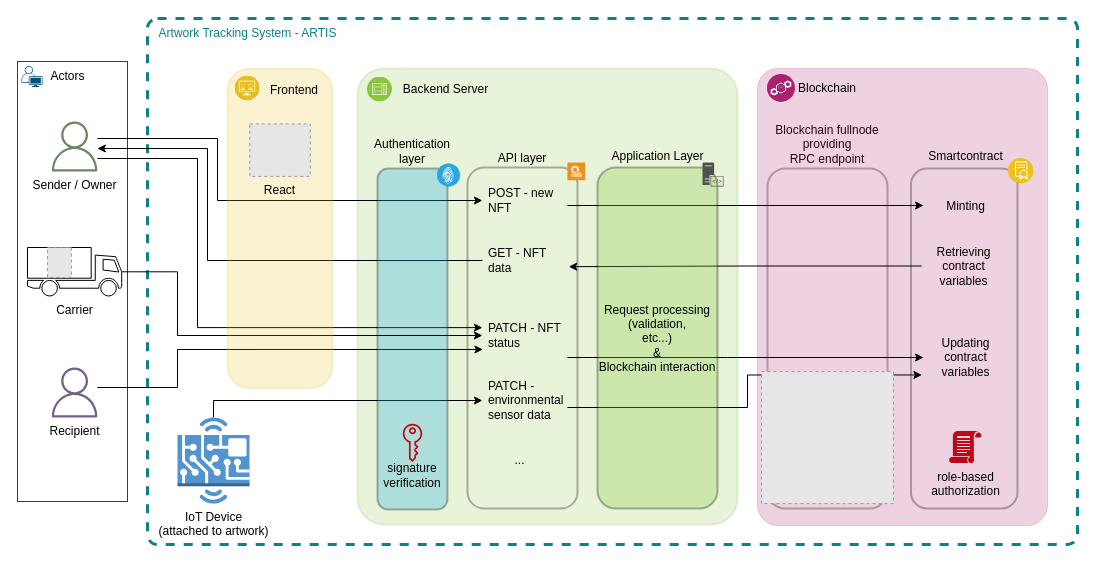
This is diagrams/Architecture.drawio from artis-project/artis-thesis, a draw.io file, before an edit. Source tidied: cells renumbered, new cells numbered last; positions are measured from the earlier drawing's top-left corner, leaving out a move shared by most shapes. Both pictures are drawn from the tidied source at 100%, with x=0, y=0 at pixel (17, 18). Pictures stored in the file or linked from it are replaced by grey dashed boxes.
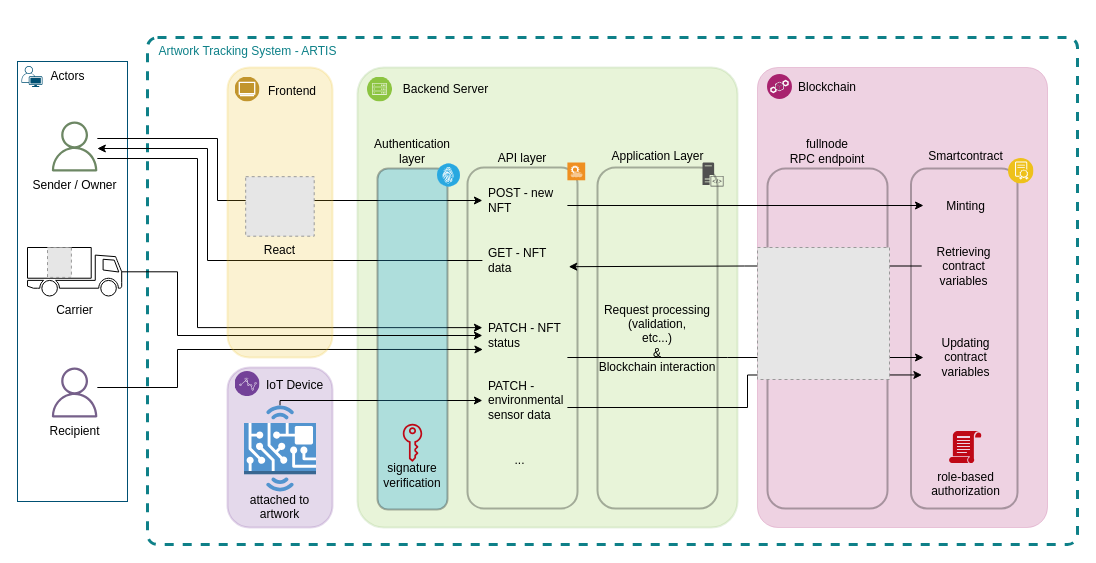
After the change.

Unchanged cells that the change refers to:
```xml
<mxCell id="11" value="PATCH - environmental sensor data" style="text;strokeColor=none;fillColor=none;align=left;verticalAlign=middle;spacingLeft=4;spacingRight=4;overflow=hidden;points=[[0,0.5],[1,0.5]];portConstraint=eastwest;whiteSpace=wrap;html=1;" parent="1" vertex="1">
  <mxGeometry x="464.9" y="352" width="85" height="60" as="geometry" />
</mxCell>
```

Change to the diagram source:
```diff
@@
+    <mxCell id="4" style="rounded=1;whiteSpace=wrap;html=1;fillColor=#a8226e;strokeColor=#a8226e;opacity=20;arcSize=7;" parent="1" vertex="1">
+      <mxGeometry x="740" y="49" width="290" height="460" as="geometry" />
+    </mxCell>
+    <mxCell id="3" style="html=1;align=center;verticalAlign=top;rounded=1;absoluteArcSize=1;arcSize=20;dashed=1;whiteSpace=wrap;fillColor=none;strokeColor=#0e8088;strokeWidth=3;" parent="1" vertex="1">
+      <mxGeometry x="130" y="19" width="930" height="507" as="geometry" />
+    </mxCell>
+    <mxCell id="54" style="rounded=1;whiteSpace=wrap;html=1;fillColor=#77429a;strokeColor=#77429a;opacity=20;arcSize=21;strokeWidth=2;spacingBottom=0;" parent="1" vertex="1">
+      <mxGeometry x="210" y="349" width="105" height="160" as="geometry" />
+    </mxCell>
-    <mxCell id="2" value="Blockchain fullnode&lt;br style=&quot;border-color: var(--border-color); padding: 0px; margin: 0px;&quot;&gt;&lt;span style=&quot;&quot;&gt;providing&lt;/span&gt;&lt;br style=&quot;border-color: var(--border-color); padding: 0px; margin: 0px;&quot;&gt;&lt;span style=&quot;&quot;&gt;RPC endpoint&lt;/span&gt;" style="rounded=1;whiteSpace=wrap;html=1;labelPosition=center;verticalLabelPosition=top;align=center;verticalAlign=bottom;fillColor=none;opacity=30;strokeWidth=2;" parent="1" vertex="1">
+    <mxCell id="2" value="fullnode&lt;br style=&quot;border-color: var(--border-color); padding: 0px; margin: 0px;&quot;&gt;&lt;span style=&quot;&quot;&gt;RPC endpoint&lt;/span&gt;" style="rounded=1;whiteSpace=wrap;html=1;labelPosition=center;verticalLabelPosition=top;align=center;verticalAlign=bottom;fillColor=none;opacity=30;strokeWidth=2;" parent="1" vertex="1">
       <mxGeometry x="750" y="150" width="120" height="340" as="geometry" />
     </mxCell>
-    <mxCell id="3" style="html=1;align=center;verticalAlign=top;rounded=1;absoluteArcSize=1;arcSize=20;dashed=1;whiteSpace=wrap;fillColor=none;strokeColor=#0e8088;strokeWidth=3;" parent="1" vertex="1">
-      <mxGeometry x="130" width="930" height="526" as="geometry" />
-    </mxCell>
-    <mxCell id="4" style="rounded=1;whiteSpace=wrap;html=1;fillColor=#a8226e;strokeColor=#a8226e;opacity=20;arcSize=7;" parent="1" vertex="1">
-      <mxGeometry x="740" y="50" width="290" height="457" as="geometry" />
-    </mxCell>
     <mxCell id="5" style="rounded=1;whiteSpace=wrap;html=1;fillColor=#8dc542;strokeColor=#82b366;opacity=20;arcSize=7;strokeWidth=2;" parent="1" vertex="1">
-      <mxGeometry x="340" y="50" width="380" height="456" as="geometry" />
+      <mxGeometry x="340" y="49" width="380" height="460" as="geometry" />
     </mxCell>
@@
-    <mxCell id="24" style="edgeStyle=orthogonalEdgeStyle;rounded=0;jettySize=auto;html=1;" parent="1" edge="1" source="25" target="11">
+    <mxCell id="24" style="edgeStyle=orthogonalEdgeStyle;rounded=0;jettySize=auto;html=1;exitX=0.5;exitY=0;exitDx=0;exitDy=0;exitPerimeter=0;" parent="1" edge="1" source="25" target="11">
       <mxGeometry relative="1" as="geometry">
         <Array as="points">
-          <mxPoint x="196" y="382" />
+          <mxPoint x="263" y="382" />
         </Array>
       </mxGeometry>
     </mxCell>
-    <mxCell id="25" value="IoT Device&lt;br&gt;(attached to artwork)" style="outlineConnect=0;dashed=0;verticalLabelPosition=bottom;verticalAlign=top;align=center;html=1;shape=mxgraph.aws3.hardware_board;fillColor=#5294CF;gradientColor=none;labelPosition=center;" parent="1" vertex="1">
-      <mxGeometry x="160" y="399" width="72" height="86.1" as="geometry" />
+    <mxCell id="25" value="attached to&#10;artwork" style="outlineConnect=0;dashed=0;verticalLabelPosition=bottom;verticalAlign=top;align=center;shape=mxgraph.aws3.hardware_board;fillColor=#5294CF;gradientColor=none;labelPosition=center;spacingBottom=0;spacingTop=-5;" parent="1" vertex="1">
+      <mxGeometry x="226.5" y="386.9" width="72" height="86.1" as="geometry" />
     </mxCell>
@@
     <mxCell id="31" value="&lt;font color=&quot;#0d8088&quot;&gt;Artwork Tracking System - ARTIS&lt;/font&gt;" style="text;html=1;align=center;verticalAlign=middle;strokeColor=#0e8088;fillColor=#b0e3e6;opacity=0;" parent="1" vertex="1">
-      <mxGeometry x="130" width="200" height="30" as="geometry" />
+      <mxGeometry x="130" y="17.5" width="200" height="30" as="geometry" />
     </mxCell>
@@
     <mxCell id="42" style="image;perimeter=ellipsePerimeter;html=1;align=center;shadow=0;dashed=0;fontColor=#4277BB;labelBackgroundColor=default;fontSize=12;spacingTop=3;image=img/lib/ibm/blockchain/blockchain.svg;" parent="1" vertex="1">
-      <mxGeometry x="750" y="56" width="28" height="28" as="geometry" />
+      <mxGeometry x="750" y="56" width="25" height="25" as="geometry" />
     </mxCell>
     <mxCell id="43" value="Blockchain" style="text;html=1;strokeColor=none;fillColor=none;align=center;verticalAlign=middle;whiteSpace=wrap;rounded=0;" parent="1" vertex="1">
-      <mxGeometry x="780" y="55" width="60" height="30" as="geometry" />
+      <mxGeometry x="780" y="53.5" width="60" height="30" as="geometry" />
     </mxCell>
-    <mxCell id="44" value="Request processing&lt;br&gt;(validation,&lt;br&gt;etc...)&lt;br&gt;&amp;amp;&lt;br&gt;Blockchain interaction" style="rounded=1;whiteSpace=wrap;html=1;fillColor=#8dc542;opacity=30;strokeWidth=2;" parent="1" vertex="1">
+    <mxCell id="44" value="Request processing&lt;br&gt;(validation,&lt;br&gt;etc...)&lt;br&gt;&amp;amp;&lt;br&gt;Blockchain interaction" style="rounded=1;whiteSpace=wrap;html=1;fillColor=none;opacity=30;strokeWidth=2;" parent="1" vertex="1">
       <mxGeometry x="580" y="149" width="120" height="341" as="geometry" />
     </mxCell>
@@
     <mxCell id="46" style="fillColor=#E6E6E6;strokeColor=#999999;dashed=1;verticalLabelPosition=bottom;labelBackgroundColor=default;verticalAlign=top;" parent="1" vertex="1">
-      <mxGeometry x="744" y="353.1" width="132" height="132" as="geometry" />
+      <mxGeometry x="740" y="229" width="132" height="132" as="geometry" />
     </mxCell>
@@
     <mxCell id="49" style="rounded=1;whiteSpace=wrap;html=1;fillColor=#e8bd1f;strokeColor=#e8bd1f;opacity=20;arcSize=21;strokeWidth=2;" parent="1" vertex="1">
-      <mxGeometry x="210" y="50" width="105" height="320" as="geometry" />
+      <mxGeometry x="210" y="49" width="105" height="290" as="geometry" />
     </mxCell>
-    <mxCell id="50" value="Frontend" style="image;perimeter=ellipsePerimeter;html=1;align=left;shadow=0;dashed=0;fontColor=#000000;labelBackgroundColor=none;fontSize=12;spacingTop=3;image=img/lib/ibm/applications/api_developer_portal.svg;labelPosition=right;verticalLabelPosition=middle;verticalAlign=middle;spacingLeft=8;" parent="1" vertex="1">
-      <mxGeometry x="217.5" y="57.5" width="25" height="25" as="geometry" />
-    </mxCell>
     <mxCell id="51" value="React" style="fillColor=#E6E6E6;strokeColor=#999999;dashed=1;verticalLabelPosition=bottom;labelBackgroundColor=none;verticalAlign=top;" parent="1" vertex="1">
-      <mxGeometry x="232.3" y="105.4" width="60.5" height="52.5" as="geometry" />
+      <mxGeometry x="228.2" y="158.2" width="68.5" height="59.5" as="geometry" />
     </mxCell>
@@
+    <mxCell id="50" value="Frontend" style="image;perimeter=ellipsePerimeter;html=1;align=left;shadow=0;dashed=0;fontColor=#000000;labelBackgroundColor=none;fontSize=12;spacingTop=3;image=img/lib/ibm/users/browser.svg;labelPosition=right;verticalLabelPosition=middle;verticalAlign=middle;spacingRight=0;spacing=2;imageBackground=none;spacingLeft=6;" parent="1" vertex="1">
+      <mxGeometry x="217.5" y="58.5" width="25" height="25" as="geometry" />
+    </mxCell>
+    <mxCell id="55" value="IoT Device" style="image;perimeter=ellipsePerimeter;html=1;align=left;shadow=0;dashed=0;fontColor=#000000;labelBackgroundColor=none;fontSize=12;spacingTop=3;image=img/lib/ibm/analytics/analytics.svg;labelPosition=right;verticalLabelPosition=middle;verticalAlign=middle;spacingLeft=4;" parent="1" vertex="1">
+      <mxGeometry x="217.5" y="353.1" width="25" height="25" as="geometry" />
+    </mxCell>
```
